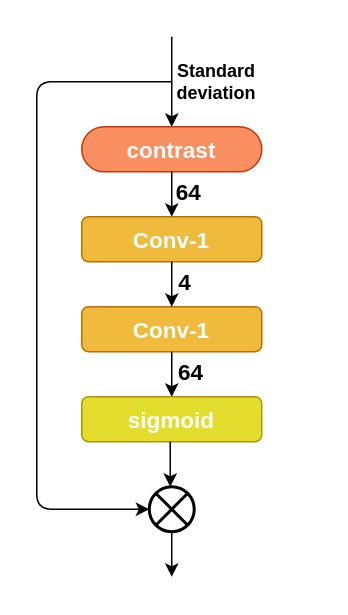
Earlier version of the draw.io diagram contrast.drawio (JiaqianLi/TEST). Source tidied: cells renumbered, new cells numbered last; positions are measured from the earlier drawing's top-left corner, leaving out a move shared by most shapes. Both pictures are drawn from the tidied source at 150%, with x=0, y=0 at pixel (36, 36).
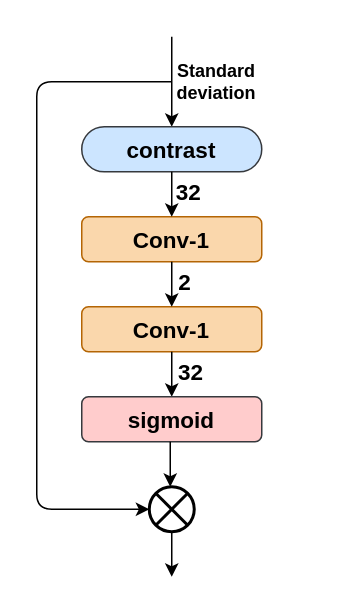
After the change.

What changed in the source:
```diff
@@
-    <mxCell id="2" value="&lt;b&gt;&lt;font style=&quot;font-size: 15px&quot;&gt;4&lt;/font&gt;&lt;/b&gt;" style="rounded=0;whiteSpace=wrap;html=1;fillColor=none;strokeColor=none;" parent="1" vertex="1">
+    <mxCell id="2" value="&lt;b&gt;&lt;font style=&quot;font-size: 15px&quot;&gt;2&lt;/font&gt;&lt;/b&gt;" style="rounded=0;whiteSpace=wrap;html=1;fillColor=none;strokeColor=none;" parent="1" vertex="1">
       <mxGeometry x="69" y="140" width="60" height="45" as="geometry" />
     </mxCell>
@@
-    <mxCell id="4" value="&lt;font style=&quot;font-size: 15px&quot;&gt;&lt;b&gt;contrast&lt;/b&gt;&lt;/font&gt;" style="rounded=1;whiteSpace=wrap;html=1;fillColor=#FA8F62;strokeColor=#C73500;arcSize=50;fontColor=#ffffff;" parent="1" vertex="1">
+    <mxCell id="4" value="&lt;font style=&quot;font-size: 15px&quot;&gt;&lt;b&gt;contrast&lt;/b&gt;&lt;/font&gt;" style="rounded=1;whiteSpace=wrap;html=1;fillColor=#cce5ff;strokeColor=#36393d;arcSize=50;" parent="1" vertex="1">
       <mxGeometry x="30" y="60" width="120" height="30" as="geometry" />
     </mxCell>
@@
-    <mxCell id="6" value="&lt;b style=&quot;font-size: 15px ; white-space: normal&quot;&gt;Conv-1&lt;/b&gt;" style="rounded=1;whiteSpace=wrap;html=1;fillColor=#F0BA3C;strokeColor=#BD7000;fontColor=#ffffff;" parent="1" vertex="1">
+    <mxCell id="6" value="&lt;b style=&quot;font-size: 15px ; white-space: normal&quot;&gt;Conv-1&lt;/b&gt;" style="rounded=1;whiteSpace=wrap;html=1;fillColor=#fad7ac;strokeColor=#b46504;" parent="1" vertex="1">
       <mxGeometry x="30" y="120" width="120" height="30" as="geometry" />
     </mxCell>
@@
-    <mxCell id="8" value="&lt;b style=&quot;font-size: 15px ; white-space: normal&quot;&gt;Conv-1&lt;/b&gt;" style="rounded=1;whiteSpace=wrap;html=1;fillColor=#F0BA3C;strokeColor=#BD7000;fontColor=#ffffff;" parent="1" vertex="1">
+    <mxCell id="8" value="&lt;b style=&quot;font-size: 15px ; white-space: normal&quot;&gt;Conv-1&lt;/b&gt;" style="rounded=1;whiteSpace=wrap;html=1;fillColor=#fad7ac;strokeColor=#b46504;" parent="1" vertex="1">
       <mxGeometry x="30" y="180" width="120" height="30" as="geometry" />
     </mxCell>
@@
-    <mxCell id="11" value="&lt;b&gt;&lt;font style=&quot;font-size: 15px&quot;&gt;64&lt;/font&gt;&lt;/b&gt;" style="rounded=0;whiteSpace=wrap;html=1;fillColor=none;strokeColor=none;" parent="1" vertex="1">
+    <mxCell id="11" value="&lt;b&gt;&lt;font style=&quot;font-size: 15px&quot;&gt;32&lt;/font&gt;&lt;/b&gt;" style="rounded=0;whiteSpace=wrap;html=1;fillColor=none;strokeColor=none;" parent="1" vertex="1">
       <mxGeometry x="73" y="200" width="60" height="45" as="geometry" />
     </mxCell>
-    <mxCell id="12" value="&lt;b&gt;&lt;font style=&quot;font-size: 15px&quot;&gt;64&lt;/font&gt;&lt;/b&gt;" style="rounded=0;whiteSpace=wrap;html=1;fillColor=none;strokeColor=none;" parent="1" vertex="1">
+    <mxCell id="12" value="&lt;b&gt;&lt;font style=&quot;font-size: 15px&quot;&gt;32&lt;/font&gt;&lt;/b&gt;" style="rounded=0;whiteSpace=wrap;html=1;fillColor=none;strokeColor=none;" parent="1" vertex="1">
       <mxGeometry x="73" y="80" width="57" height="45" as="geometry" />
     </mxCell>
-    <mxCell id="13" value="&lt;font style=&quot;font-size: 15px&quot;&gt;&lt;b&gt;sigmoid&lt;/b&gt;&lt;/font&gt;" style="rounded=1;whiteSpace=wrap;html=1;fillColor=#E3DD2D;strokeColor=#B09500;fontColor=#ffffff;" parent="1" vertex="1">
+    <mxCell id="13" value="&lt;font style=&quot;font-size: 15px&quot;&gt;&lt;b&gt;sigmoid&lt;/b&gt;&lt;/font&gt;" style="rounded=1;whiteSpace=wrap;html=1;fillColor=#ffcccc;strokeColor=#36393d;" parent="1" vertex="1">
       <mxGeometry x="30" y="240" width="120" height="30" as="geometry" />
     </mxCell>
```
